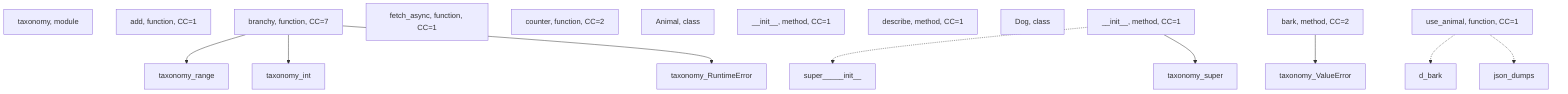
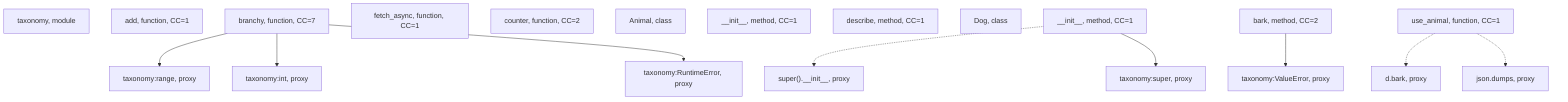
flowchart TD
    taxonomy["taxonomy, module"]
    taxonomy_add["add, function, CC=1"]
    taxonomy_branchy["branchy, function, CC=7"]
    taxonomy_fetch_async["fetch_async, function, CC=1"]
    taxonomy_counter["counter, function, CC=2"]
    taxonomy_Animal["Animal, class"]
    taxonomy_Animal___init__["__init__, method, CC=1"]
    taxonomy_Animal_describe["describe, method, CC=1"]
    taxonomy_Dog["Dog, class"]
    taxonomy_Dog___init__["__init__, method, CC=1"]
    taxonomy_Dog_bark["bark, method, CC=2"]
    taxonomy_use_animal["use_animal, function, CC=1"]
-     taxonomy_branchy --> taxonomy_range
-     taxonomy_branchy --> taxonomy_int
-     taxonomy_branchy --> taxonomy_RuntimeError
-     taxonomy_Dog___init__ -.-> super_____init__
-     taxonomy_Dog___init__ --> taxonomy_super
-     taxonomy_Dog_bark --> taxonomy_ValueError
-     taxonomy_use_animal -.-> d_bark
-     taxonomy_use_animal -.-> json_dumps
+     proxy_unresolved_taxonomy_range["taxonomy:range, proxy"]
+     proxy_unresolved_taxonomy_int["taxonomy:int, proxy"]
+     proxy_unresolved_taxonomy_RuntimeError["taxonomy:RuntimeError, proxy"]
+     proxy_unresolved_super____init__["super().__init__, proxy"]
+     proxy_unresolved_taxonomy_super["taxonomy:super, proxy"]
+     proxy_unresolved_taxonomy_ValueError["taxonomy:ValueError, proxy"]
+     proxy_unresolved_d_bark["d.bark, proxy"]
+     proxy_unresolved_json_dumps["json.dumps, proxy"]
+     taxonomy_branchy --> proxy_unresolved_taxonomy_range
+     taxonomy_branchy --> proxy_unresolved_taxonomy_int
+     taxonomy_branchy --> proxy_unresolved_taxonomy_RuntimeError
+     taxonomy_Dog___init__ -.-> proxy_unresolved_super____init__
+     taxonomy_Dog___init__ --> proxy_unresolved_taxonomy_super
+     taxonomy_Dog_bark --> proxy_unresolved_taxonomy_ValueError
+     taxonomy_use_animal -.-> proxy_unresolved_d_bark
+     taxonomy_use_animal -.-> proxy_unresolved_json_dumps
